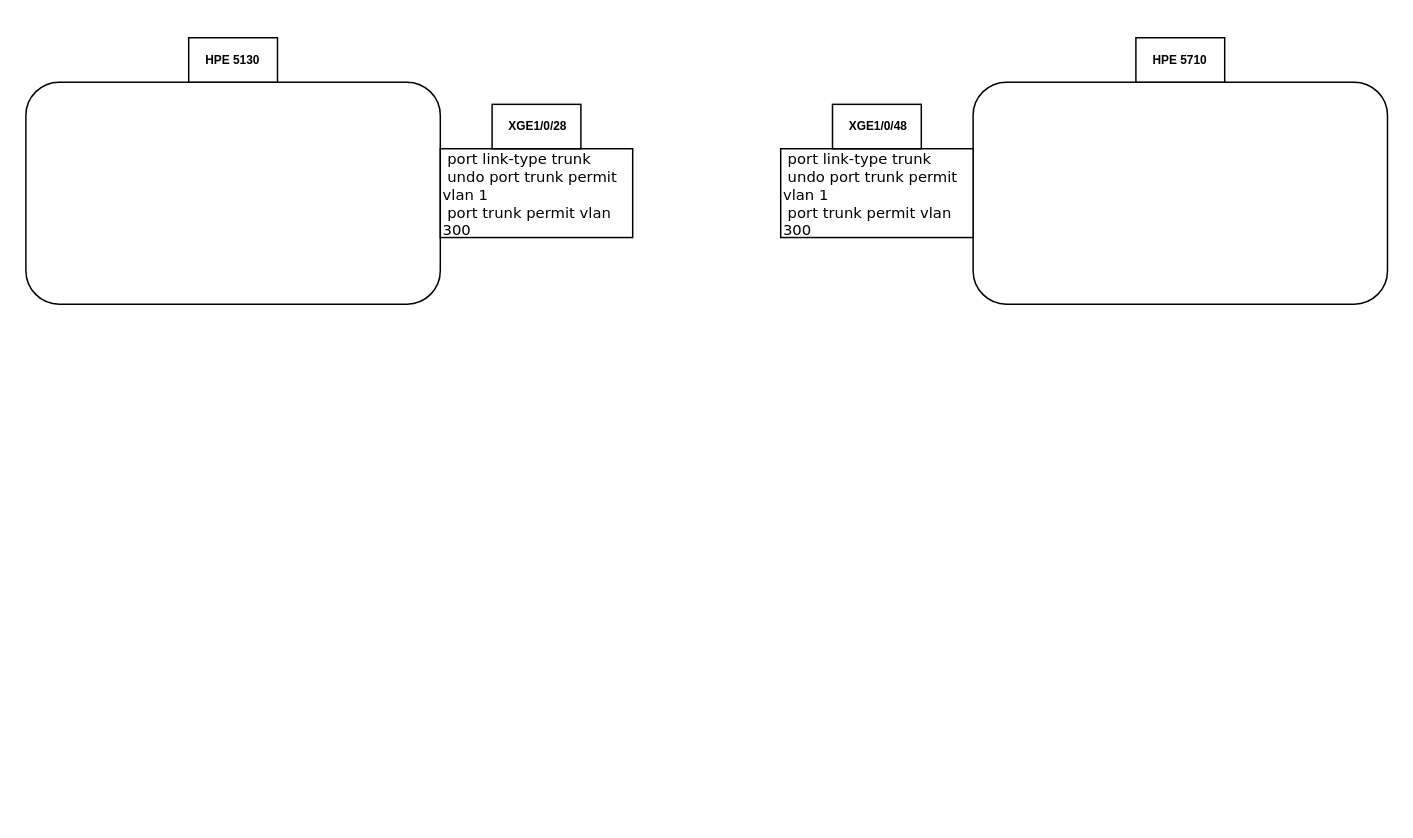
Earlier version of the draw.io diagram LAB-QnQ.drawio (Vish22/drawio). Source tidied: cells renumbered, new cells numbered last; positions are measured from the earlier drawing's top-left corner, leaving out a move shared by most shapes. Both pictures are drawn from the tidied source at 148%, with x=0, y=0 at pixel (25, 37).
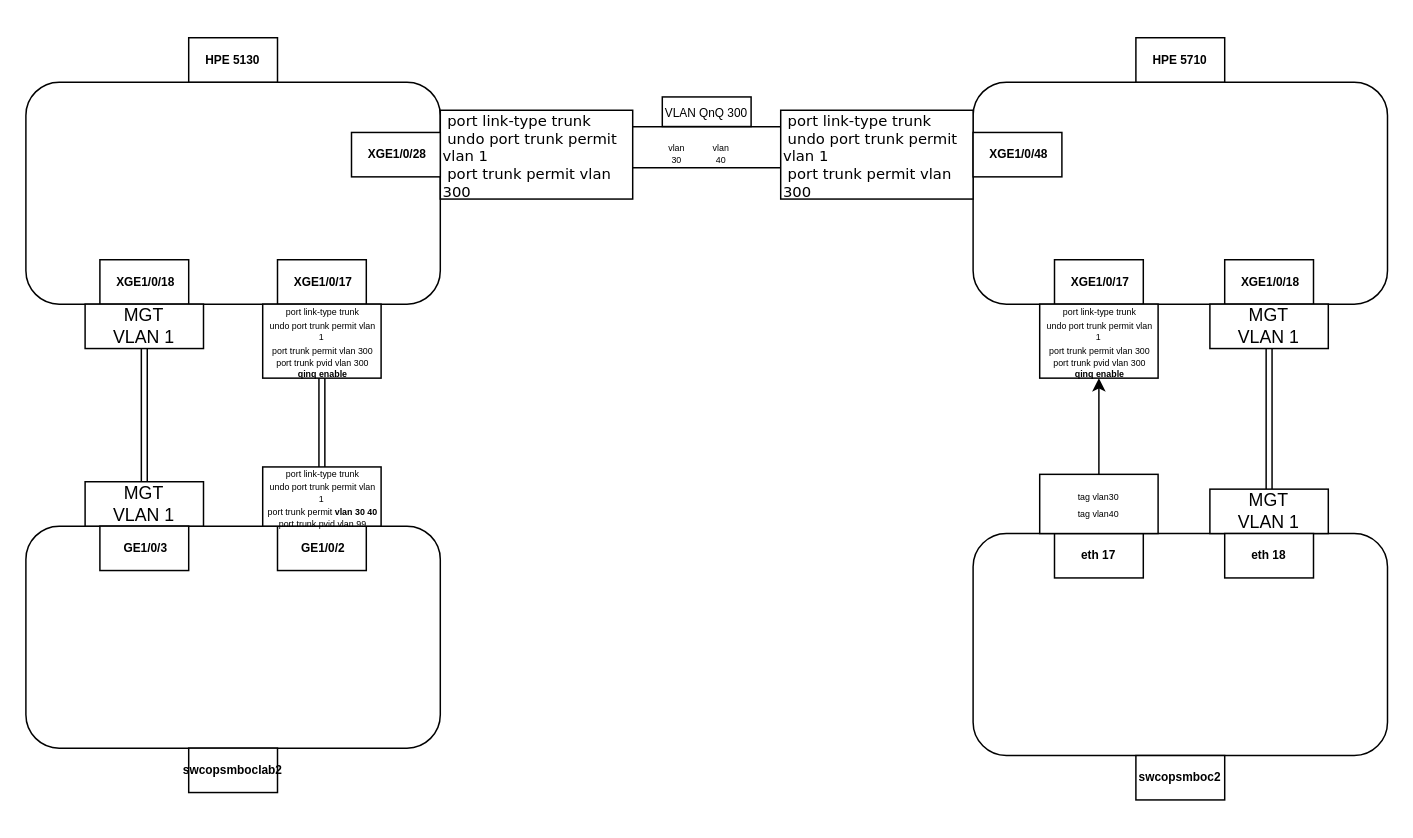
The same diagram, later.

Commit message:
Mettre à jour LAB-QnQ.drawio

What changed in the source:
```diff
@@
-    <mxCell id="2" style="group;" parent="1" vertex="1">
-      <mxGeometry x="520" width="400" height="180" as="geometry" />
-    </mxCell>
+    <mxCell id="8" style="rounded=1;whiteSpace=wrap;html=1;" parent="1" vertex="1">
+      <mxGeometry y="30" width="280" height="150" as="geometry" />
+    </mxCell>
+    <mxCell id="11" value="&lt;h6&gt;HPE 5130&lt;/h6&gt;" style="text;html=1;align=center;verticalAlign=middle;whiteSpace=wrap;rounded=0;fillColor=default;strokeColor=default;" parent="1" vertex="1">
+      <mxGeometry x="110" width="60" height="30" as="geometry" />
+    </mxCell>
-    <mxCell id="3" style="rounded=1;whiteSpace=wrap;html=1;" parent="2" vertex="1">
-      <mxGeometry x="120" y="30" width="280" height="150" as="geometry" />
+    <mxCell id="3" style="rounded=1;whiteSpace=wrap;html=1;" parent="1" vertex="1">
+      <mxGeometry x="640" y="30" width="280" height="150" as="geometry" />
     </mxCell>
-    <mxCell id="4" value="&lt;h6&gt;HPE 5710&lt;/h6&gt;" style="text;html=1;align=center;verticalAlign=middle;whiteSpace=wrap;rounded=0;fillColor=default;strokeColor=default;" parent="2" vertex="1">
-      <mxGeometry x="230" width="60" height="30" as="geometry" />
+    <mxCell id="4" value="&lt;h6&gt;HPE 5710&lt;/h6&gt;" style="text;html=1;align=center;verticalAlign=middle;whiteSpace=wrap;rounded=0;fillColor=default;strokeColor=default;" parent="1" vertex="1">
+      <mxGeometry x="750" width="60" height="30" as="geometry" />
     </mxCell>
+    <mxCell id="12" style="group;" parent="1" vertex="1">
+      <mxGeometry x="220" y="44" width="480" height="65" as="geometry" />
+    </mxCell>
+    <mxCell id="9" value="&lt;div style=&quot;line-height: 100%;&quot;&gt;&lt;div&gt;&lt;font face=&quot;Verdana&quot; style=&quot;font-size: 10px; line-height: 100%;&quot;&gt;&amp;nbsp;port link-type trunk&lt;/font&gt;&lt;/div&gt;&lt;div&gt;&lt;font face=&quot;Verdana&quot; style=&quot;font-size: 10px; line-height: 100%;&quot;&gt;&amp;nbsp;undo port trunk permit vlan 1&lt;/font&gt;&lt;/div&gt;&lt;div&gt;&lt;font face=&quot;Verdana&quot; style=&quot;font-size: 10px; line-height: 100%;&quot;&gt;&amp;nbsp;port trunk permit vlan 300&lt;/font&gt;&lt;/div&gt;&lt;/div&gt;" style="rounded=0;whiteSpace=wrap;html=1;align=left;" parent="12" vertex="1">
+      <mxGeometry x="60" y="5" width="130" height="60" as="geometry" />
+    </mxCell>
+    <mxCell id="10" value="&lt;h6&gt;&amp;nbsp;XGE1/0/28&lt;/h6&gt;" style="text;html=1;align=center;verticalAlign=middle;whiteSpace=wrap;rounded=0;fillColor=default;strokeColor=default;" parent="12" vertex="1">
+      <mxGeometry y="20" width="60" height="30" as="geometry" />
+    </mxCell>
+    <mxCell id="13" style="group;" parent="12" vertex="1">
+      <mxGeometry x="210" width="60" height="40" as="geometry" />
+    </mxCell>
+    <mxCell id="14" style="group;" parent="13" vertex="1">
+      <mxGeometry width="60" height="30" as="geometry" />
+    </mxCell>
+    <mxCell id="15" value="&lt;font style=&quot;font-size: 8px;&quot;&gt;VLAN QnQ 300&lt;/font&gt;" style="text;html=1;align=center;verticalAlign=middle;whiteSpace=wrap;rounded=0;fillColor=default;strokeColor=default;" parent="14" vertex="1">
+      <mxGeometry y="-4" width="60" height="20" as="geometry" />
+    </mxCell>
+    <mxCell id="16" value="vlan 30" style="text;html=1;align=center;verticalAlign=middle;whiteSpace=wrap;rounded=0;fontSize=6;" parent="13" vertex="1">
+      <mxGeometry y="30" width="20" height="10" as="geometry" />
+    </mxCell>
+    <mxCell id="17" value="vlan 4&lt;span style=&quot;background-color: transparent; color: light-dark(rgb(0, 0, 0), rgb(255, 255, 255));&quot;&gt;0&lt;/span&gt;" style="text;html=1;align=center;verticalAlign=middle;whiteSpace=wrap;rounded=0;fontSize=6;" parent="13" vertex="1">
+      <mxGeometry x="30" y="30" width="20" height="10" as="geometry" />
+    </mxCell>
-    <mxCell id="5" value="&lt;div style=&quot;line-height: 100%;&quot;&gt;&lt;div&gt;&lt;font face=&quot;Verdana&quot; style=&quot;font-size: 10px; line-height: 100%;&quot;&gt;&amp;nbsp;port link-type trunk&lt;/font&gt;&lt;/div&gt;&lt;div&gt;&lt;font face=&quot;Verdana&quot; style=&quot;font-size: 10px; line-height: 100%;&quot;&gt;&amp;nbsp;undo port trunk permit vlan 1&lt;/font&gt;&lt;/div&gt;&lt;div&gt;&lt;font face=&quot;Verdana&quot; style=&quot;font-size: 10px; line-height: 100%;&quot;&gt;&amp;nbsp;port trunk permit vlan 300&lt;/font&gt;&lt;/div&gt;&lt;/div&gt;" style="rounded=0;whiteSpace=wrap;html=1;align=left;" parent="2" vertex="1">
-      <mxGeometry x="-10" y="75" width="130" height="60" as="geometry" />
+    <mxCell id="5" value="&lt;div style=&quot;line-height: 100%;&quot;&gt;&lt;div&gt;&lt;font face=&quot;Verdana&quot; style=&quot;font-size: 10px; line-height: 100%;&quot;&gt;&amp;nbsp;port link-type trunk&lt;/font&gt;&lt;/div&gt;&lt;div&gt;&lt;font face=&quot;Verdana&quot; style=&quot;font-size: 10px; line-height: 100%;&quot;&gt;&amp;nbsp;undo port trunk permit vlan 1&lt;/font&gt;&lt;/div&gt;&lt;div&gt;&lt;font face=&quot;Verdana&quot; style=&quot;font-size: 10px; line-height: 100%;&quot;&gt;&amp;nbsp;port trunk permit vlan 300&lt;/font&gt;&lt;/div&gt;&lt;/div&gt;" style="rounded=0;whiteSpace=wrap;html=1;align=left;" parent="12" vertex="1">
+      <mxGeometry x="290" y="5" width="130" height="60" as="geometry" />
     </mxCell>
-    <mxCell id="6" value="&lt;h6&gt;&amp;nbsp;XGE1/0/48&lt;/h6&gt;" style="text;html=1;align=center;verticalAlign=middle;whiteSpace=wrap;rounded=0;fillColor=default;strokeColor=default;" parent="2" vertex="1">
-      <mxGeometry x="25" y="45" width="60" height="30" as="geometry" />
+    <mxCell id="6" value="&lt;h6&gt;&amp;nbsp;XGE1/0/48&lt;/h6&gt;" style="text;html=1;align=center;verticalAlign=middle;whiteSpace=wrap;rounded=0;fillColor=default;strokeColor=default;" parent="12" vertex="1">
+      <mxGeometry x="420" y="20" width="60" height="30" as="geometry" />
     </mxCell>
-    <mxCell id="7" style="group;" parent="1" vertex="1">
-      <mxGeometry width="410" height="180" as="geometry" />
-    </mxCell>
-    <mxCell id="8" style="rounded=1;whiteSpace=wrap;html=1;" parent="7" vertex="1">
-      <mxGeometry y="30" width="280" height="150" as="geometry" />
-    </mxCell>
-    <mxCell id="9" value="&lt;div style=&quot;line-height: 100%;&quot;&gt;&lt;div&gt;&lt;font face=&quot;Verdana&quot; style=&quot;font-size: 10px; line-height: 100%;&quot;&gt;&amp;nbsp;port link-type trunk&lt;/font&gt;&lt;/div&gt;&lt;div&gt;&lt;font face=&quot;Verdana&quot; style=&quot;font-size: 10px; line-height: 100%;&quot;&gt;&amp;nbsp;undo port trunk permit vlan 1&lt;/font&gt;&lt;/div&gt;&lt;div&gt;&lt;font face=&quot;Verdana&quot; style=&quot;font-size: 10px; line-height: 100%;&quot;&gt;&amp;nbsp;port trunk permit vlan 300&lt;/font&gt;&lt;/div&gt;&lt;/div&gt;" style="rounded=0;whiteSpace=wrap;html=1;align=left;" parent="7" vertex="1">
-      <mxGeometry x="280" y="75" width="130" height="60" as="geometry" />
-    </mxCell>
-    <mxCell id="10" value="&lt;h6&gt;&amp;nbsp;XGE1/0/28&lt;/h6&gt;" style="text;html=1;align=center;verticalAlign=middle;whiteSpace=wrap;rounded=0;fillColor=default;strokeColor=default;" parent="7" vertex="1">
-      <mxGeometry x="315" y="45" width="60" height="30" as="geometry" />
-    </mxCell>
-    <mxCell id="11" value="&lt;h6&gt;HPE 5130&lt;/h6&gt;" style="text;html=1;align=center;verticalAlign=middle;whiteSpace=wrap;rounded=0;fillColor=default;strokeColor=default;" parent="7" vertex="1">
-      <mxGeometry x="110" width="60" height="30" as="geometry" />
-    </mxCell>
+    <mxCell id="18" style="edgeStyle=orthogonalEdgeStyle;rounded=0;jettySize=auto;html=1;shape=link;strokeWidth=1;strokeColor=default;width=27.714285714285715;" parent="12" edge="1" source="5" target="9">
+      <mxGeometry relative="1" as="geometry">
+        <Array as="points">
+          <mxPoint x="250" y="30" />
+          <mxPoint x="250" y="30" />
+        </Array>
+      </mxGeometry>
+    </mxCell>
+    <mxCell id="19" style="group;" parent="1" vertex="1">
+      <mxGeometry x="40" y="150" width="80" height="60" as="geometry" />
+    </mxCell>
+    <mxCell id="20" value="&lt;h6&gt;&amp;nbsp;XGE1/0/18&lt;/h6&gt;" style="text;html=1;align=center;verticalAlign=middle;whiteSpace=wrap;rounded=0;fillColor=default;strokeColor=default;" parent="19" vertex="1">
+      <mxGeometry x="10" width="60" height="30" as="geometry" />
+    </mxCell>
+    <mxCell id="21" value="MGT&lt;br&gt;VLAN 1" style="text;html=1;align=center;verticalAlign=middle;whiteSpace=wrap;rounded=0;fillColor=default;strokeColor=default;" parent="19" vertex="1">
+      <mxGeometry y="30" width="80" height="30" as="geometry" />
+    </mxCell>
+    <mxCell id="22" style="group;" parent="1" vertex="1">
+      <mxGeometry x="800" y="150" width="80" height="60" as="geometry" />
+    </mxCell>
+    <mxCell id="23" value="&lt;h6&gt;&amp;nbsp;XGE1/0/18&lt;/h6&gt;" style="text;html=1;align=center;verticalAlign=middle;whiteSpace=wrap;rounded=0;fillColor=default;strokeColor=default;" parent="22" vertex="1">
+      <mxGeometry x="10" width="60" height="30" as="geometry" />
+    </mxCell>
+    <mxCell id="24" value="MGT&lt;br&gt;VLAN 1" style="text;html=1;align=center;verticalAlign=middle;whiteSpace=wrap;rounded=0;fillColor=default;strokeColor=default;" parent="22" vertex="1">
+      <mxGeometry y="30" width="80" height="30" as="geometry" />
+    </mxCell>
+    <mxCell id="25" style="group;" parent="1" vertex="1">
+      <mxGeometry x="160" y="150" width="80" height="80" as="geometry" />
+    </mxCell>
+    <mxCell id="26" value="&lt;h6&gt;&amp;nbsp;XGE1/0/17&lt;/h6&gt;" style="text;html=1;align=center;verticalAlign=middle;whiteSpace=wrap;rounded=0;fillColor=default;strokeColor=default;" parent="25" vertex="1">
+      <mxGeometry x="10" width="60" height="30" as="geometry" />
+    </mxCell>
+    <mxCell id="27" value="&lt;div style=&quot;line-height: 70%;&quot;&gt;&lt;div&gt;&lt;font style=&quot;font-size: 6px; line-height: 70%;&quot;&gt;&amp;nbsp;port link-type trunk&lt;/font&gt;&lt;/div&gt;&lt;div&gt;&lt;font style=&quot;font-size: 6px; line-height: 70%;&quot;&gt;&amp;nbsp;undo port trunk permit vlan 1&lt;/font&gt;&lt;/div&gt;&lt;div&gt;&lt;font style=&quot;font-size: 6px; line-height: 70%;&quot;&gt;&amp;nbsp;port trunk permit vlan 300&lt;/font&gt;&lt;/div&gt;&lt;div&gt;&lt;font style=&quot;font-size: 6px; line-height: 70%;&quot;&gt;&amp;nbsp;port trunk pvid vlan 300&lt;/font&gt;&lt;/div&gt;&lt;div&gt;&lt;font style=&quot;font-size: 6px; line-height: 70%;&quot;&gt;&lt;b&gt;&amp;nbsp;qinq enable&lt;/b&gt;&lt;/font&gt;&lt;/div&gt;&lt;/div&gt;" style="text;html=1;align=center;verticalAlign=middle;whiteSpace=wrap;rounded=0;fillColor=default;strokeColor=default;" parent="25" vertex="1">
+      <mxGeometry y="30" width="80" height="50" as="geometry" />
+    </mxCell>
+    <mxCell id="28" style="group;" parent="1" vertex="1">
+      <mxGeometry x="685" y="150" width="80" height="80" as="geometry" />
+    </mxCell>
+    <mxCell id="29" value="&lt;h6&gt;&amp;nbsp;XGE1/0/17&lt;/h6&gt;" style="text;html=1;align=center;verticalAlign=middle;whiteSpace=wrap;rounded=0;fillColor=default;strokeColor=default;" parent="28" vertex="1">
+      <mxGeometry x="10" width="60" height="30" as="geometry" />
+    </mxCell>
+    <mxCell id="30" value="&lt;div style=&quot;line-height: 70%;&quot;&gt;&lt;div&gt;&lt;font style=&quot;font-size: 6px; line-height: 70%;&quot;&gt;&amp;nbsp;port link-type trunk&lt;/font&gt;&lt;/div&gt;&lt;div&gt;&lt;font style=&quot;font-size: 6px; line-height: 70%;&quot;&gt;&amp;nbsp;undo port trunk permit vlan 1&lt;/font&gt;&lt;/div&gt;&lt;div&gt;&lt;font style=&quot;font-size: 6px; line-height: 70%;&quot;&gt;&amp;nbsp;port trunk permit vlan 300&lt;/font&gt;&lt;/div&gt;&lt;div&gt;&lt;font style=&quot;font-size: 6px; line-height: 70%;&quot;&gt;&amp;nbsp;port trunk pvid vlan 300&lt;/font&gt;&lt;/div&gt;&lt;div&gt;&lt;font style=&quot;font-size: 6px; line-height: 70%;&quot;&gt;&lt;b&gt;&amp;nbsp;qinq enable&lt;/b&gt;&lt;/font&gt;&lt;/div&gt;&lt;/div&gt;" style="text;html=1;align=center;verticalAlign=middle;whiteSpace=wrap;rounded=0;fillColor=default;strokeColor=default;" parent="28" vertex="1">
+      <mxGeometry y="30" width="80" height="50" as="geometry" />
+    </mxCell>
+    <mxCell id="31" style="rounded=1;whiteSpace=wrap;html=1;" parent="1" vertex="1">
+      <mxGeometry y="330" width="280" height="150" as="geometry" />
+    </mxCell>
+    <mxCell id="32" value="&lt;h6&gt;swcopsmboclab2&lt;/h6&gt;" style="text;html=1;align=center;verticalAlign=middle;whiteSpace=wrap;rounded=0;fillColor=default;strokeColor=default;" parent="1" vertex="1">
+      <mxGeometry x="110" y="480" width="60" height="30" as="geometry" />
+    </mxCell>
+    <mxCell id="33" style="edgeStyle=orthogonalEdgeStyle;rounded=0;jettySize=auto;html=1;entryX=0.5;entryY=1;entryDx=0;entryDy=0;shape=link;" parent="1" edge="1" source="34" target="21">
+      <mxGeometry relative="1" as="geometry" />
+    </mxCell>
+    <mxCell id="34" value="MGT&lt;br&gt;VLAN 1" style="text;html=1;align=center;verticalAlign=middle;whiteSpace=wrap;rounded=0;fillColor=default;strokeColor=default;" parent="1" vertex="1">
+      <mxGeometry x="40" y="300" width="80" height="30" as="geometry" />
+    </mxCell>
+    <mxCell id="35" value="&lt;h6&gt;&amp;nbsp;GE1/0/3&lt;/h6&gt;" style="text;html=1;align=center;verticalAlign=middle;whiteSpace=wrap;rounded=0;fillColor=default;strokeColor=default;" parent="1" vertex="1">
+      <mxGeometry x="50" y="330" width="60" height="30" as="geometry" />
+    </mxCell>
+    <mxCell id="36" value="&lt;h6&gt;&amp;nbsp;GE1/0/2&lt;/h6&gt;" style="text;html=1;align=center;verticalAlign=middle;whiteSpace=wrap;rounded=0;fillColor=default;strokeColor=default;" parent="1" vertex="1">
+      <mxGeometry x="170" y="330" width="60" height="30" as="geometry" />
+    </mxCell>
+    <mxCell id="37" style="edgeStyle=orthogonalEdgeStyle;rounded=0;jettySize=auto;html=1;exitX=0.5;exitY=0;exitDx=0;exitDy=0;entryX=0.5;entryY=1;entryDx=0;entryDy=0;shape=link;" parent="1" edge="1" source="38" target="27">
+      <mxGeometry relative="1" as="geometry" />
+    </mxCell>
+    <mxCell id="38" value="&lt;div style=&quot;line-height: 70%;&quot;&gt;&lt;div&gt;&lt;span style=&quot;font-size: 6px; line-height: 70%;&quot;&gt;&amp;nbsp;port link-type trunk&lt;/span&gt;&lt;/div&gt;&lt;div&gt;&lt;span style=&quot;font-size: 6px; line-height: 70%;&quot;&gt;&amp;nbsp;undo port trunk permit vlan 1&lt;/span&gt;&lt;/div&gt;&lt;div&gt;&lt;span style=&quot;font-size: 6px; line-height: 70%;&quot;&gt;&amp;nbsp;port trunk permit &lt;b&gt;vlan 30 40&lt;/b&gt;&lt;/span&gt;&lt;/div&gt;&lt;div&gt;&lt;span style=&quot;font-size: 6px; line-height: 70%;&quot;&gt;&amp;nbsp;port trunk pvid vlan 99&lt;/span&gt;&lt;/div&gt;&lt;/div&gt;" style="text;html=1;align=center;verticalAlign=middle;whiteSpace=wrap;rounded=0;fillColor=default;strokeColor=default;" parent="1" vertex="1">
+      <mxGeometry x="160" y="290" width="80" height="40" as="geometry" />
+    </mxCell>
+    <mxCell id="39" style="rounded=1;whiteSpace=wrap;html=1;" parent="1" vertex="1">
+      <mxGeometry x="640" y="335" width="280" height="150" as="geometry" />
+    </mxCell>
+    <mxCell id="40" value="&lt;h6&gt;swcopsmboc2&lt;/h6&gt;" style="text;html=1;align=center;verticalAlign=middle;whiteSpace=wrap;rounded=0;fillColor=default;strokeColor=default;" parent="1" vertex="1">
+      <mxGeometry x="750" y="485" width="60" height="30" as="geometry" />
+    </mxCell>
+    <mxCell id="41" style="edgeStyle=orthogonalEdgeStyle;rounded=0;jettySize=auto;html=1;entryX=0.5;entryY=1;entryDx=0;entryDy=0;shape=link;" parent="1" edge="1" source="42" target="24">
+      <mxGeometry relative="1" as="geometry" />
+    </mxCell>
+    <mxCell id="42" value="MGT&lt;br&gt;VLAN 1" style="text;html=1;align=center;verticalAlign=middle;whiteSpace=wrap;rounded=0;fillColor=default;strokeColor=default;" parent="1" vertex="1">
+      <mxGeometry x="800" y="305" width="80" height="30" as="geometry" />
+    </mxCell>
+    <mxCell id="43" value="&lt;h6&gt;eth 17&lt;/h6&gt;" style="text;html=1;align=center;verticalAlign=middle;whiteSpace=wrap;rounded=0;fillColor=default;strokeColor=default;" parent="1" vertex="1">
+      <mxGeometry x="695" y="335" width="60" height="30" as="geometry" />
+    </mxCell>
+    <mxCell id="44" value="&lt;h6&gt;eth 18&lt;/h6&gt;" style="text;html=1;align=center;verticalAlign=middle;whiteSpace=wrap;rounded=0;fillColor=default;strokeColor=default;" parent="1" vertex="1">
+      <mxGeometry x="810" y="335" width="60" height="30" as="geometry" />
+    </mxCell>
+    <mxCell id="45" style="edgeStyle=orthogonalEdgeStyle;rounded=0;jettySize=auto;html=1;" parent="1" edge="1" source="46" target="30">
+      <mxGeometry relative="1" as="geometry" />
+    </mxCell>
+    <mxCell id="46" value="&lt;div style=&quot;line-height: 70%;&quot;&gt;&lt;div&gt;&lt;span style=&quot;font-size: 6px;&quot;&gt;tag vlan30&lt;/span&gt;&lt;/div&gt;&lt;div&gt;&lt;span style=&quot;font-size: 6px;&quot;&gt;tag vlan40&lt;/span&gt;&lt;/div&gt;&lt;/div&gt;" style="text;html=1;align=center;verticalAlign=middle;whiteSpace=wrap;rounded=0;fillColor=default;strokeColor=default;" parent="1" vertex="1">
+      <mxGeometry x="685" y="295" width="80" height="40" as="geometry" />
+    </mxCell>
```
